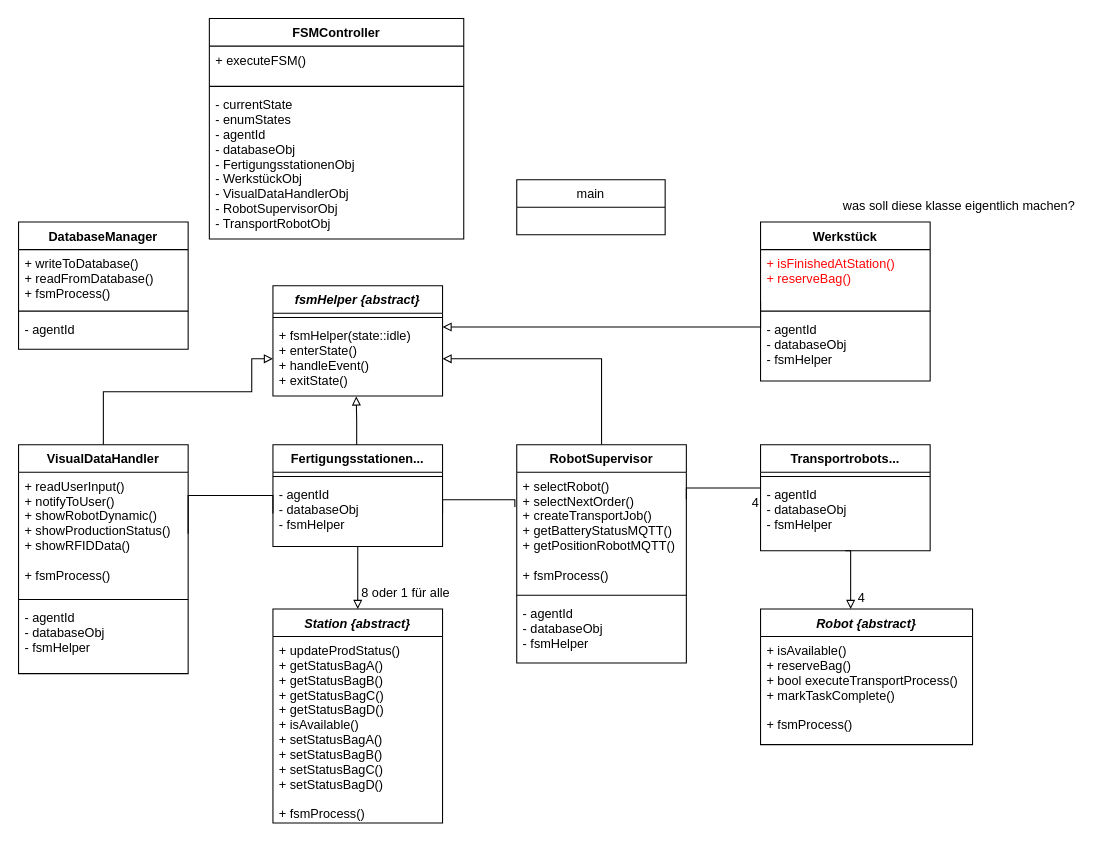
Earlier version of the draw.io diagram Planung/Klassendiagramm.drawio (Nuramon4/Gewerk1). Source tidied: cells renumbered, new cells numbered last; positions are measured from the earlier drawing's top-left corner, leaving out a move shared by most shapes. Both pictures are drawn from the tidied source at 106%, with x=0, y=0 at pixel (18, 18).
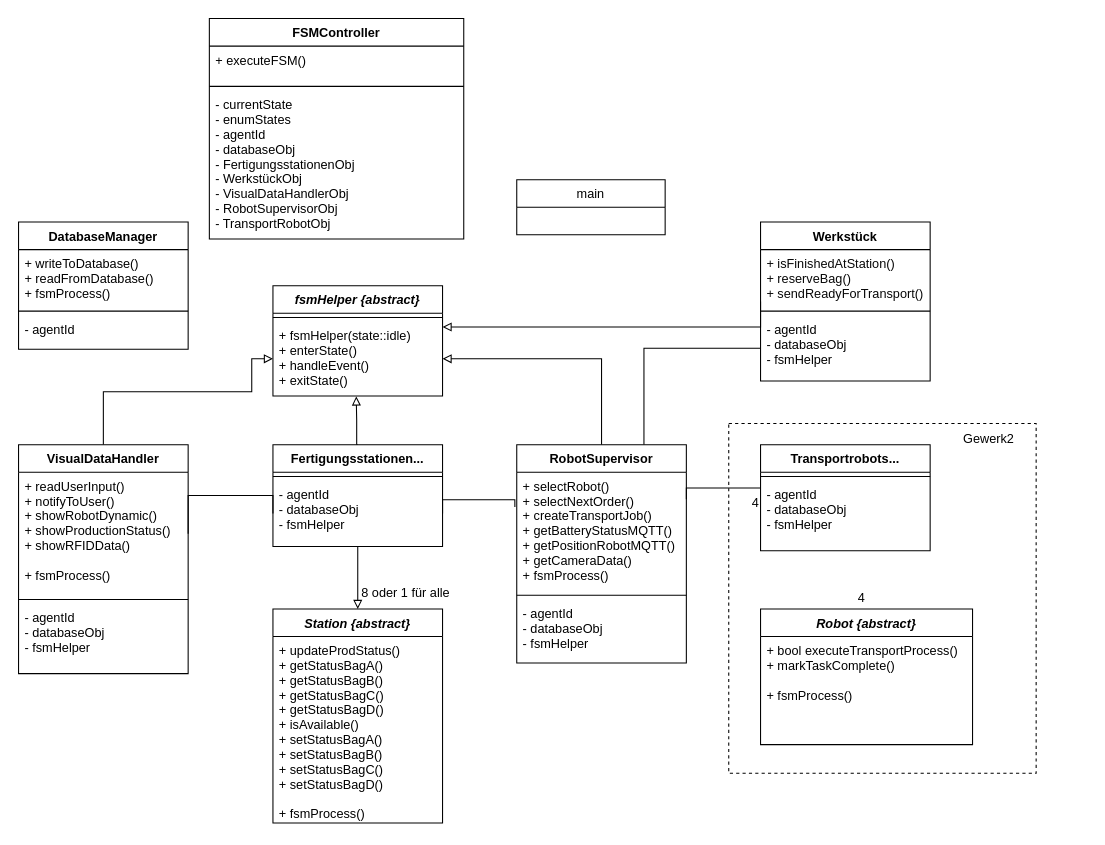
The same page after the edit.

Unchanged cells that the change refers to:
```xml
<mxCell id="9" value="RobotSupervisor" style="swimlane;fontStyle=1;align=center;verticalAlign=top;horizontal=1;startSize=26;" parent="1" vertex="1">
  <mxGeometry x="470" y="402" width="160" height="206" as="geometry" />
</mxCell>
<mxCell id="14" value="Werkstück" style="swimlane;fontStyle=1;align=center;verticalAlign=top;horizontal=1;startSize=26;" parent="1" vertex="1">
  <mxGeometry x="700" y="192" width="160" height="150" as="geometry" />
</mxCell>
<mxCell id="17" value="- agentId&#10;- databaseObj&#10;- fsmHelper" style="text;strokeColor=none;fillColor=none;align=left;verticalAlign=top;spacingLeft=4;spacingRight=4;overflow=hidden;points=[[0,0.5],[1,0.5]];portConstraint=eastwest;" parent="14" vertex="1">
  <mxGeometry y="88" width="160" height="62" as="geometry" />
</mxCell>
<mxCell id="24" value="Transportrobots..." style="swimlane;fontStyle=1;align=center;verticalAlign=top;horizontal=1;startSize=26;" parent="1" vertex="1">
  <mxGeometry x="700" y="402" width="160" height="100" as="geometry" />
</mxCell>
<mxCell id="33" value="Robot {abstract}" style="swimlane;fontStyle=3;align=center;verticalAlign=top;horizontal=1;startSize=26;" parent="1" vertex="1">
  <mxGeometry x="700" y="557" width="200" height="128" as="geometry" />
</mxCell>
```

Change to the diagram source:
```diff
@@
+    <mxCell id="49" style="rounded=0;whiteSpace=wrap;html=1;dashed=1;" parent="1" vertex="1">
+      <mxGeometry x="670" y="382" width="290" height="330" as="geometry" />
+    </mxCell>
@@
+    <mxCell id="50" style="edgeStyle=orthogonalEdgeStyle;rounded=0;jettySize=auto;html=1;exitX=0.75;exitY=0;exitDx=0;exitDy=0;entryX=0;entryY=0.5;entryDx=0;entryDy=0;fontColor=#080808;endArrow=none;endFill=0;" parent="1" edge="1" source="9" target="17">
+      <mxGeometry relative="1" as="geometry" />
+    </mxCell>
@@
-    <mxCell id="10" value="+ selectRobot()&#10;+ selectNextOrder()&#10;+ createTransportJob()&#10;+ getBatteryStatusMQTT()&#10;+ getPositionRobotMQTT()&#10;&#10;+ fsmProcess()" style="text;strokeColor=none;fillColor=none;align=left;verticalAlign=top;spacingLeft=4;spacingRight=4;overflow=hidden;points=[[0,0.5],[1,0.5]];portConstraint=eastwest;" parent="9" vertex="1">
+    <mxCell id="10" value="+ selectRobot()&#10;+ selectNextOrder()&#10;+ createTransportJob()&#10;+ getBatteryStatusMQTT()&#10;+ getPositionRobotMQTT()&#10;+ getCameraData()&#10;+ fsmProcess()" style="text;strokeColor=none;fillColor=none;align=left;verticalAlign=top;spacingLeft=4;spacingRight=4;overflow=hidden;points=[[0,0.5],[1,0.5]];portConstraint=eastwest;" parent="9" vertex="1">
       <mxGeometry y="26" width="160" height="112" as="geometry" />
     </mxCell>
@@
-    <mxCell id="15" value="+ isFinishedAtStation()&#10;+ reserveBag()" style="text;strokeColor=none;fillColor=none;align=left;verticalAlign=top;spacingLeft=4;spacingRight=4;overflow=hidden;fontColor=#ff0505;" parent="14" vertex="1">
+    <mxCell id="15" value="+ isFinishedAtStation()&#10;+ reserveBag()&#10;+ sendReadyForTransport()" style="text;strokeColor=none;fillColor=none;align=left;verticalAlign=top;spacingLeft=4;spacingRight=4;overflow=hidden;fontColor=#080808;" parent="14" vertex="1">
       <mxGeometry y="26" width="160" height="54" as="geometry" />
     </mxCell>
@@
-    <mxCell id="23" style="edgeStyle=orthogonalEdgeStyle;rounded=0;jettySize=auto;html=1;exitX=0.5;exitY=1;exitDx=0;exitDy=0;endArrow=block;endFill=0;" parent="1" edge="1" source="24" target="33">
-      <mxGeometry relative="1" as="geometry">
-        <Array as="points">
-          <mxPoint x="785" y="502" />
-        </Array>
-      </mxGeometry>
-    </mxCell>
@@
-    <mxCell id="34" value="+ isAvailable()&#10;+ reserveBag()&#10;+ bool executeTransportProcess()&#10;+ markTaskComplete()&#10;&#10;+ fsmProcess()" style="text;strokeColor=none;fillColor=none;align=left;verticalAlign=top;spacingLeft=4;spacingRight=4;overflow=hidden;" parent="33" vertex="1">
+    <mxCell id="34" value="+ bool executeTransportProcess()&#10;+ markTaskComplete()&#10;&#10;+ fsmProcess()" style="text;strokeColor=none;fillColor=none;align=left;verticalAlign=top;spacingLeft=4;spacingRight=4;overflow=hidden;" parent="33" vertex="1">
       <mxGeometry y="26" width="200" height="102" as="geometry" />
     </mxCell>
@@
-    <mxCell id="48" value="was soll diese klasse eigentlich machen?" style="text;html=1;align=center;verticalAlign=middle;strokeColor=none;fillColor=none;" parent="1" vertex="1">
-      <mxGeometry x="767" y="162" width="240" height="30" as="geometry" />
-    </mxCell>
+    <mxCell id="51" value="Gewerk2" style="text;html=1;align=center;verticalAlign=middle;strokeColor=none;fillColor=none;" parent="1" vertex="1">
+      <mxGeometry x="880" y="382" width="70" height="30" as="geometry" />
+    </mxCell>
```
